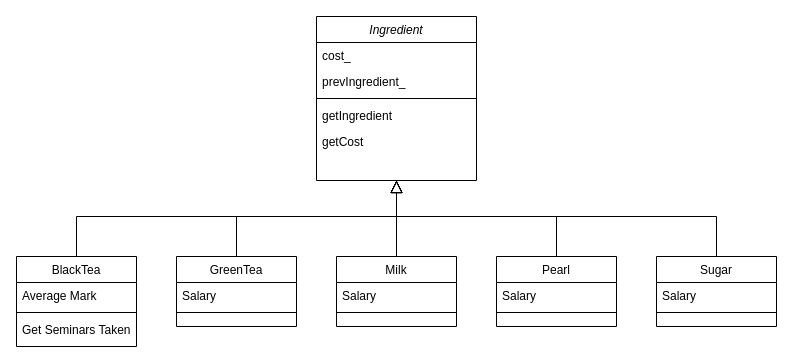
spacistor0408/OOP_Project4 keeps this draw.io diagram as OOP_Project4_UML.drawio. Above is the earlier version. Source tidied: cells renumbered, new cells numbered last; positions are measured from the earlier drawing's top-left corner, leaving out a move shared by most shapes. Both pictures are drawn from the tidied source at 100%, with x=0, y=0 at pixel (16, 16).
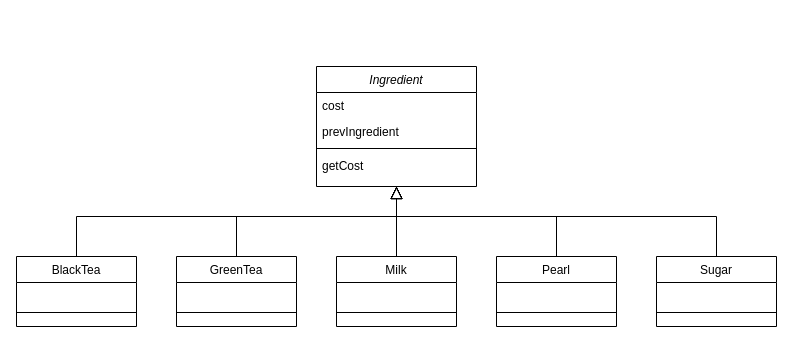
After the change.

Unchanged cells that the change refers to:
```xml
<mxCell id="13" value="GreenTea" style="swimlane;fontStyle=0;align=center;verticalAlign=top;horizontal=1;startSize=26;rounded=0;shadow=0;strokeWidth=1;" parent="1" vertex="1">
  <mxGeometry x="160" y="240" width="120" height="70" as="geometry" />
</mxCell>
<mxCell id="18" value="Milk" style="swimlane;fontStyle=0;align=center;verticalAlign=top;horizontal=1;startSize=26;rounded=0;shadow=0;strokeWidth=1;" parent="1" vertex="1">
  <mxGeometry x="320" y="240" width="120" height="70" as="geometry" />
</mxCell>
<mxCell id="22" value="Pearl" style="swimlane;fontStyle=0;align=center;verticalAlign=top;horizontal=1;startSize=26;rounded=0;shadow=0;strokeWidth=1;" parent="1" vertex="1">
  <mxGeometry x="480" y="240" width="120" height="70" as="geometry" />
</mxCell>
<mxCell id="26" value="Sugar" style="swimlane;fontStyle=0;align=center;verticalAlign=top;horizontal=1;startSize=26;rounded=0;shadow=0;strokeWidth=1;" parent="1" vertex="1">
  <mxGeometry x="640" y="240" width="120" height="70" as="geometry" />
</mxCell>
```

Change to the diagram source:
```diff
@@
     <mxCell id="2" value="Ingredient" style="swimlane;fontStyle=2;align=center;verticalAlign=top;horizontal=1;startSize=26;rounded=0;shadow=0;strokeWidth=1;" parent="1" vertex="1">
-      <mxGeometry x="300" width="160" height="164" as="geometry" />
+      <mxGeometry x="300" y="50" width="160" height="120" as="geometry" />
     </mxCell>
-    <mxCell id="3" value="cost_" style="text;align=left;verticalAlign=top;spacingLeft=4;spacingRight=4;overflow=hidden;" parent="2" vertex="1">
+    <mxCell id="3" value="cost" style="text;align=left;verticalAlign=top;spacingLeft=4;spacingRight=4;overflow=hidden;" parent="2" vertex="1">
       <mxGeometry y="26" width="160" height="26" as="geometry" />
     </mxCell>
-    <mxCell id="4" value="prevIngredient_" style="text;align=left;verticalAlign=top;spacingLeft=4;spacingRight=4;overflow=hidden;" parent="2" vertex="1">
+    <mxCell id="4" value="prevIngredient" style="text;align=left;verticalAlign=top;spacingLeft=4;spacingRight=4;overflow=hidden;" parent="2" vertex="1">
       <mxGeometry y="52" width="160" height="26" as="geometry" />
     </mxCell>
@@
-    <mxCell id="6" value="getIngredient" style="text;align=left;verticalAlign=top;spacingLeft=4;spacingRight=4;overflow=hidden;" parent="2" vertex="1">
-      <mxGeometry y="86" width="160" height="26" as="geometry" />
-    </mxCell>
     <mxCell id="7" value="getCost" style="text;align=left;verticalAlign=top;spacingLeft=4;spacingRight=4;overflow=hidden;" parent="2" vertex="1">
-      <mxGeometry y="112" width="160" height="26" as="geometry" />
+      <mxGeometry y="86" width="160" height="26" as="geometry" />
     </mxCell>
     <mxCell id="8" value="BlackTea" style="swimlane;fontStyle=0;align=center;verticalAlign=top;horizontal=1;startSize=26;rounded=0;shadow=0;strokeWidth=1;" parent="1" vertex="1">
-      <mxGeometry y="240" width="120" height="90" as="geometry" />
+      <mxGeometry y="240" width="120" height="70" as="geometry" />
     </mxCell>
-    <mxCell id="9" value="Average Mark" style="text;align=left;verticalAlign=top;spacingLeft=4;spacingRight=4;overflow=hidden;rounded=0;shadow=0;html=0;" parent="8" vertex="1">
+    <mxCell id="9" value=" " style="text;align=left;verticalAlign=top;spacingLeft=4;spacingRight=4;overflow=hidden;rounded=0;shadow=0;html=0;" parent="8" vertex="1">
       <mxGeometry y="26" width="120" height="26" as="geometry" />
     </mxCell>
@@
-    <mxCell id="11" value="Get Seminars Taken" style="text;align=left;verticalAlign=top;spacingLeft=4;spacingRight=4;overflow=hidden;" parent="8" vertex="1">
-      <mxGeometry y="60" width="120" height="26" as="geometry" />
-    </mxCell>
@@
-    <mxCell id="14" value="Salary" style="text;align=left;verticalAlign=top;spacingLeft=4;spacingRight=4;overflow=hidden;" parent="13" vertex="1">
+    <mxCell id="14" value=" " style="text;align=left;verticalAlign=top;spacingLeft=4;spacingRight=4;overflow=hidden;" parent="13" vertex="1">
       <mxGeometry y="26" width="120" height="26" as="geometry" />
     </mxCell>
@@
-    <mxCell id="19" value="Salary" style="text;align=left;verticalAlign=top;spacingLeft=4;spacingRight=4;overflow=hidden;" parent="18" vertex="1">
+    <mxCell id="19" value=" " style="text;align=left;verticalAlign=top;spacingLeft=4;spacingRight=4;overflow=hidden;" parent="18" vertex="1">
       <mxGeometry y="26" width="120" height="26" as="geometry" />
     </mxCell>
@@
-    <mxCell id="23" value="Salary" style="text;align=left;verticalAlign=top;spacingLeft=4;spacingRight=4;overflow=hidden;" parent="22" vertex="1">
+    <mxCell id="23" value=" " style="text;align=left;verticalAlign=top;spacingLeft=4;spacingRight=4;overflow=hidden;" parent="22" vertex="1">
       <mxGeometry y="26" width="120" height="26" as="geometry" />
     </mxCell>
@@
-    <mxCell id="27" value="Salary" style="text;align=left;verticalAlign=top;spacingLeft=4;spacingRight=4;overflow=hidden;" parent="26" vertex="1">
+    <mxCell id="27" value=" " style="text;align=left;verticalAlign=top;spacingLeft=4;spacingRight=4;overflow=hidden;" parent="26" vertex="1">
       <mxGeometry y="26" width="120" height="26" as="geometry" />
     </mxCell>
```
